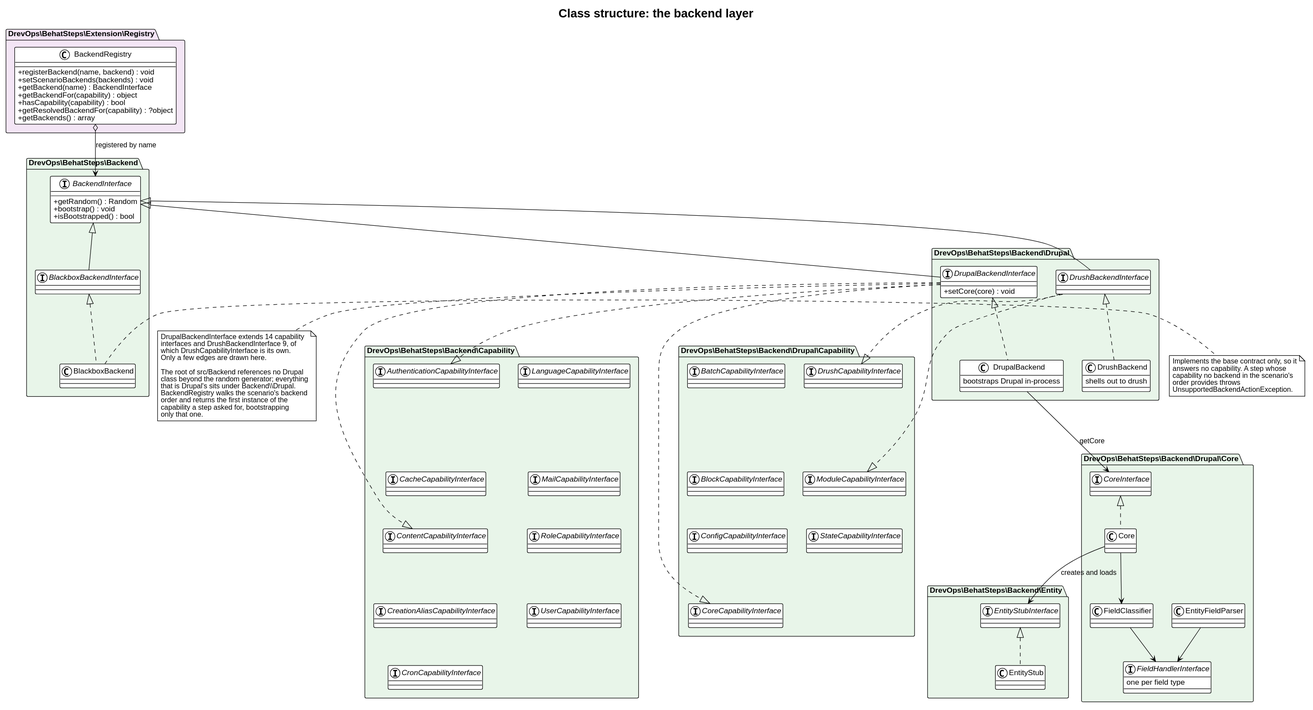
The PlantUML diagram docs/architecture/class-backends.svg in drevops/behat-steps, before a commit. Its diagram source:
```plantuml
@startuml
!theme plain
skinparam backgroundColor white
skinparam defaultFontName Helvetica
skinparam shadowing false
skinparam classAttributeIconSize 0
title Class structure: the backend layer

package "DrevOps\\BehatSteps\\Extension\\Registry" #F3E5F5 {
  class BackendRegistry {
    +registerBackend(name, backend) : void
    +setScenarioBackends(backends) : void
    +getBackend(name) : BackendInterface
    +getBackendFor(capability) : object
    +hasCapability(capability) : bool
    +getResolvedBackendFor(capability) : ?object
    +getBackends() : array
  }
}

package "DrevOps\\BehatSteps\\Backend" #E8F5E9 {
  interface BackendInterface {
    +getRandom() : Random
    +bootstrap() : void
    +isBootstrapped() : bool
  }

  interface BlackboxBackendInterface
  class BlackboxBackend

  BackendInterface <|-- BlackboxBackendInterface
  BlackboxBackendInterface <|.. BlackboxBackend
}

package "DrevOps\\BehatSteps\\Backend\\Capability" #E8F5E9 {
  interface AuthenticationCapabilityInterface
  interface CacheCapabilityInterface
  interface ContentCapabilityInterface
  interface CreationAliasCapabilityInterface
  interface CronCapabilityInterface
  interface LanguageCapabilityInterface
  interface MailCapabilityInterface
  interface RoleCapabilityInterface
  interface UserCapabilityInterface

  AuthenticationCapabilityInterface -[hidden]down- CacheCapabilityInterface
  CacheCapabilityInterface -[hidden]down- ContentCapabilityInterface
  ContentCapabilityInterface -[hidden]down- CreationAliasCapabilityInterface
  CreationAliasCapabilityInterface -[hidden]down- CronCapabilityInterface

  LanguageCapabilityInterface -[hidden]down- MailCapabilityInterface
  MailCapabilityInterface -[hidden]down- RoleCapabilityInterface
  RoleCapabilityInterface -[hidden]down- UserCapabilityInterface
}

package "DrevOps\\BehatSteps\\Backend\\Drupal" #E8F5E9 {
  interface DrupalBackendInterface {
    +setCore(core) : void
  }
  interface DrushBackendInterface

  class DrupalBackend {
    bootstraps Drupal in-process
  }
  class DrushBackend {
    shells out to drush
  }

  DrupalBackendInterface <|.. DrupalBackend
  DrushBackendInterface <|.. DrushBackend
}

package "DrevOps\\BehatSteps\\Backend\\Drupal\\Capability" #E8F5E9 {
  interface BatchCapabilityInterface
  interface BlockCapabilityInterface
  interface ConfigCapabilityInterface
  interface CoreCapabilityInterface
  interface DrushCapabilityInterface
  interface ModuleCapabilityInterface
  interface StateCapabilityInterface

  BatchCapabilityInterface -[hidden]down- BlockCapabilityInterface
  BlockCapabilityInterface -[hidden]down- ConfigCapabilityInterface
  ConfigCapabilityInterface -[hidden]down- CoreCapabilityInterface

  DrushCapabilityInterface -[hidden]down- ModuleCapabilityInterface
  ModuleCapabilityInterface -[hidden]down- StateCapabilityInterface
}

package "DrevOps\\BehatSteps\\Backend\\Drupal\\Core" #E8F5E9 {
  interface CoreInterface
  class Core
  interface FieldHandlerInterface {
    one per field type
  }
  class FieldClassifier
  class EntityFieldParser

  CoreInterface <|.. Core
  Core --> FieldClassifier
  FieldClassifier --> FieldHandlerInterface
  EntityFieldParser --> FieldHandlerInterface
}

package "DrevOps\\BehatSteps\\Backend\\Entity" #E8F5E9 {
  interface EntityStubInterface
  class EntityStub
  EntityStubInterface <|.. EntityStub
}

BackendRegistry o--> BackendInterface : registered by name

BackendInterface <|-- DrupalBackendInterface
BackendInterface <|-- DrushBackendInterface
DrupalBackendInterface ..|> AuthenticationCapabilityInterface
DrupalBackendInterface ..|> ContentCapabilityInterface
DrupalBackendInterface ..|> CoreCapabilityInterface
DrushBackendInterface ..|> DrushCapabilityInterface
DrushBackendInterface ..|> ModuleCapabilityInterface

DrupalBackend --> CoreInterface : getCore
Core --> EntityStubInterface : creates and loads

note right of BlackboxBackend
  Implements the base contract only, so it
  answers no capability. A step whose
  capability no backend in the scenario's
  order provides throws
  UnsupportedBackendActionException.
end note

note bottom of DrupalBackendInterface
  DrupalBackendInterface extends 14 capability
  interfaces and DrushBackendInterface 9, of
  which DrushCapabilityInterface is its own.
  Only a few edges are drawn here.

  The root of src/Backend references no Drupal
  class beyond the random generator; everything
  that is Drupal's sits under Backend\\Drupal.
  BackendRegistry walks the scenario's backend
  order and returns the first instance of the
  capability a step asked for, bootstrapping
  only that one.
end note
@enduml
```
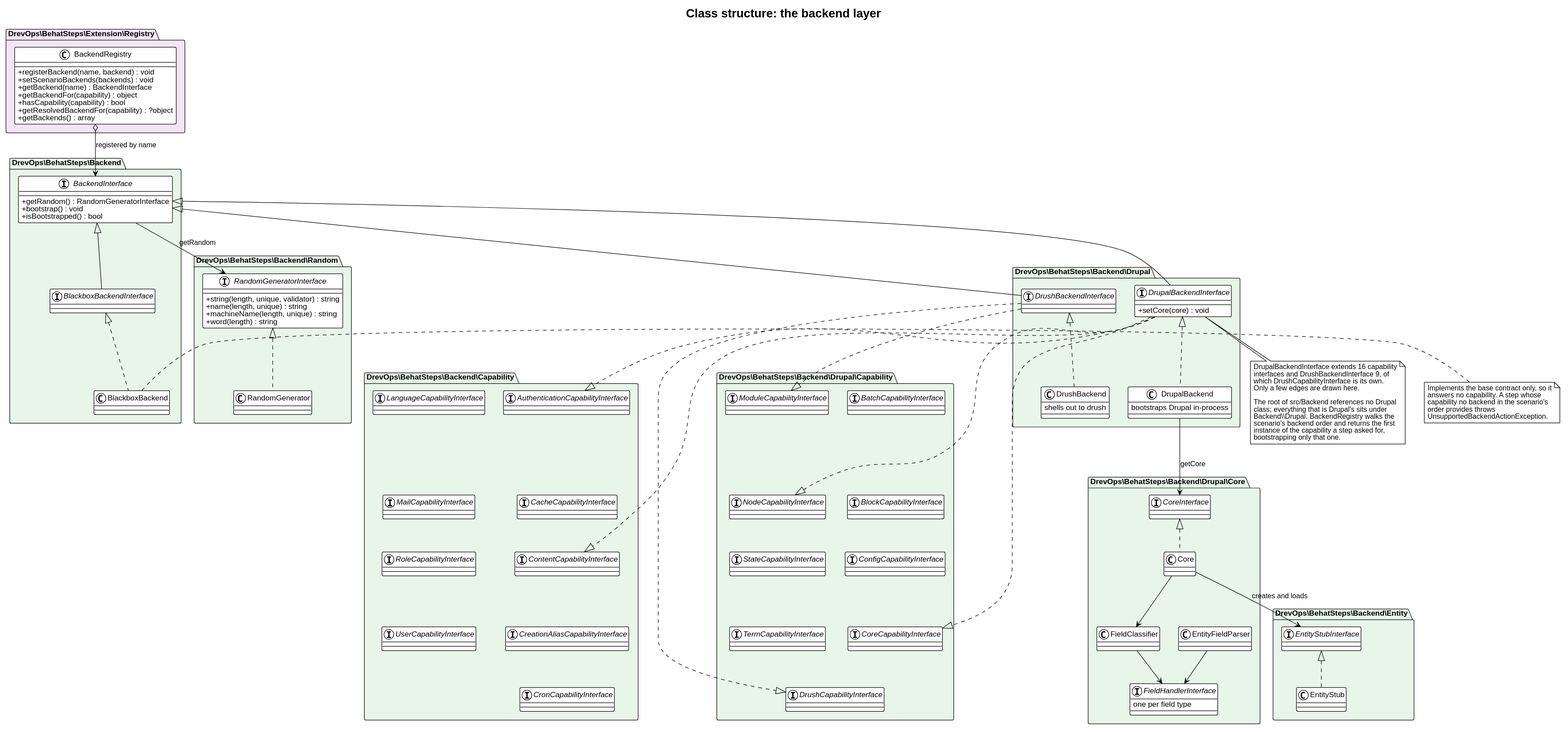
The same diagram one commit later.

Change to the diagram source:
```diff
@@ -20,7 +20,7 @@
 
 package "DrevOps\\BehatSteps\\Backend" #E8F5E9 {
   interface BackendInterface {
-    +getRandom() : Random
+    +getRandom() : RandomGeneratorInterface
     +bootstrap() : void
     +isBootstrapped() : bool
   }
@@ -30,6 +30,18 @@
 
   BackendInterface <|-- BlackboxBackendInterface
   BlackboxBackendInterface <|.. BlackboxBackend
+}
+
+package "DrevOps\\BehatSteps\\Backend\\Random" #E8F5E9 {
+  interface RandomGeneratorInterface {
+    +string(length, unique, validator) : string
+    +name(length, unique) : string
+    +machineName(length, unique) : string
+    +word(length) : string
+  }
+  class RandomGenerator
+
+  RandomGeneratorInterface <|.. RandomGenerator
 }
 
 package "DrevOps\\BehatSteps\\Backend\\Capability" #E8F5E9 {
@@ -77,14 +89,18 @@
   interface CoreCapabilityInterface
   interface DrushCapabilityInterface
   interface ModuleCapabilityInterface
+  interface NodeCapabilityInterface
   interface StateCapabilityInterface
+  interface TermCapabilityInterface
 
   BatchCapabilityInterface -[hidden]down- BlockCapabilityInterface
   BlockCapabilityInterface -[hidden]down- ConfigCapabilityInterface
   ConfigCapabilityInterface -[hidden]down- CoreCapabilityInterface
+  CoreCapabilityInterface -[hidden]down- DrushCapabilityInterface
 
-  DrushCapabilityInterface -[hidden]down- ModuleCapabilityInterface
-  ModuleCapabilityInterface -[hidden]down- StateCapabilityInterface
+  ModuleCapabilityInterface -[hidden]down- NodeCapabilityInterface
+  NodeCapabilityInterface -[hidden]down- StateCapabilityInterface
+  StateCapabilityInterface -[hidden]down- TermCapabilityInterface
 }
 
 package "DrevOps\\BehatSteps\\Backend\\Drupal\\Core" #E8F5E9 {
@@ -109,12 +125,14 @@
 }
 
 BackendRegistry o--> BackendInterface : registered by name
+BackendInterface --> RandomGeneratorInterface : getRandom
 
 BackendInterface <|-- DrupalBackendInterface
 BackendInterface <|-- DrushBackendInterface
 DrupalBackendInterface ..|> AuthenticationCapabilityInterface
 DrupalBackendInterface ..|> ContentCapabilityInterface
 DrupalBackendInterface ..|> CoreCapabilityInterface
+DrupalBackendInterface ..|> NodeCapabilityInterface
 DrushBackendInterface ..|> DrushCapabilityInterface
 DrushBackendInterface ..|> ModuleCapabilityInterface
 
@@ -130,17 +148,16 @@
 end note
 
 note bottom of DrupalBackendInterface
-  DrupalBackendInterface extends 14 capability
+  DrupalBackendInterface extends 16 capability
   interfaces and DrushBackendInterface 9, of
   which DrushCapabilityInterface is its own.
   Only a few edges are drawn here.
 
   The root of src/Backend references no Drupal
-  class beyond the random generator; everything
-  that is Drupal's sits under Backend\\Drupal.
-  BackendRegistry walks the scenario's backend
-  order and returns the first instance of the
-  capability a step asked for, bootstrapping
-  only that one.
+  class; everything that is Drupal's sits under
+  Backend\\Drupal. BackendRegistry walks the
+  scenario's backend order and returns the first
+  instance of the capability a step asked for,
+  bootstrapping only that one.
 end note
 @enduml
```
